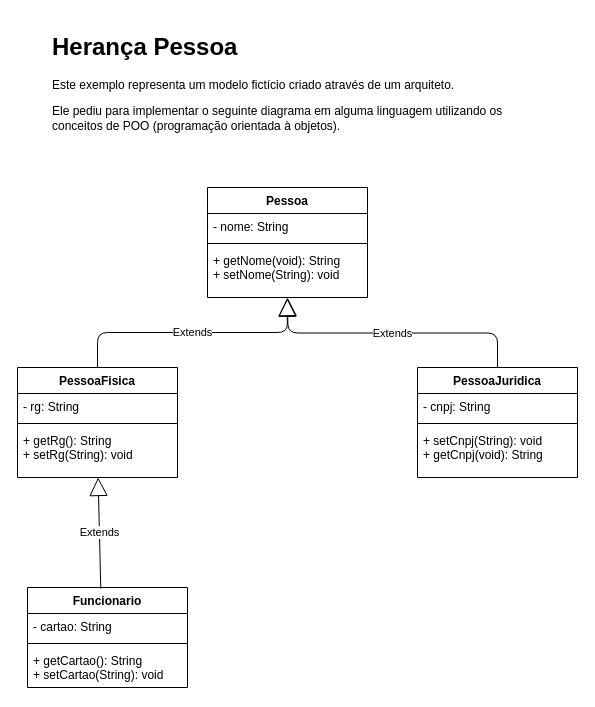
luiscarlosjunior/aulas-graduacao keeps this draw.io diagram as Outros/POO UML/Exercicio/ex1/POO Pessoa.drawio. Above is the earlier version. Source tidied: cells renumbered, new cells numbered last; positions are measured from the earlier drawing's top-left corner, leaving out a move shared by most shapes. Both pictures are drawn from the tidied source at 100%, with x=0, y=0 at pixel (17, 27).
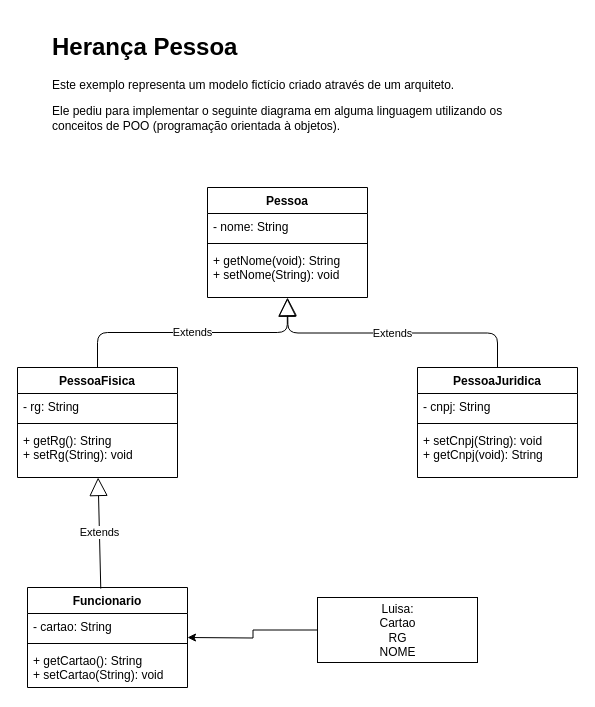
After the change.

Diff of the diagram source:
```diff
@@
+    <mxCell id="22" style="edgeStyle=orthogonalEdgeStyle;rounded=0;jettySize=auto;html=1;" parent="1" edge="1" source="23">
+      <mxGeometry relative="1" as="geometry">
+        <mxPoint x="170" y="610" as="targetPoint" />
+      </mxGeometry>
+    </mxCell>
+    <mxCell id="23" value="Luisa:&lt;br&gt;Cartao&lt;br&gt;RG&lt;br&gt;NOME" style="html=1;" parent="1" vertex="1">
+      <mxGeometry x="300" y="570" width="160" height="65" as="geometry" />
+    </mxCell>
```
